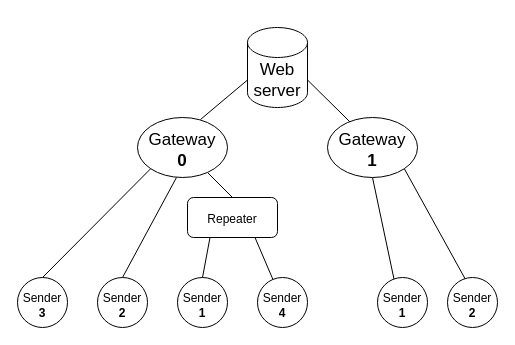
Earlier version of the draw.io diagram uml/network_topology.drawio (giulpig/tesi). Source tidied: cells renumbered, new cells numbered last; positions are measured from the earlier drawing's top-left corner, leaving out a move shared by most shapes. Both pictures are drawn from the tidied source at 100%, with x=0, y=0 at pixel (17, 27).
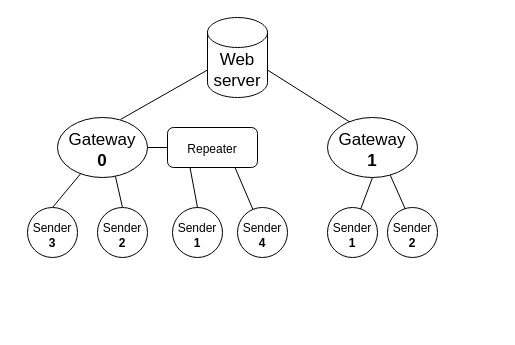
After the change.

Unchanged cells that the change refers to:
```xml
<mxCell id="17" value="&lt;div style=&quot;font-size: 17px;&quot;&gt;&lt;font style=&quot;font-size: 17px;&quot;&gt;Gateway&lt;/font&gt;&lt;/div&gt;&lt;div style=&quot;font-size: 17px;&quot;&gt;&lt;b&gt;1&lt;/b&gt;&lt;br&gt;&lt;/div&gt;" style="ellipse;whiteSpace=wrap;html=1;fontSize=17;spacingTop=5;" parent="1" vertex="1">
  <mxGeometry x="310" y="90" width="90" height="60" as="geometry" />
</mxCell>
```

The edit, as a diff of the source:
```diff
@@
-    <mxCell id="2" style="rounded=0;jettySize=auto;html=1;endArrow=none;endFill=0;entryX=0.5;entryY=0;entryDx=0;entryDy=0;" parent="1" edge="1" source="4" target="20">
+    <mxCell id="2" style="rounded=0;jettySize=auto;html=1;endArrow=none;endFill=0;entryX=0;entryY=0.5;entryDx=0;entryDy=0;" parent="1" edge="1" source="4" target="20">
       <mxGeometry relative="1" as="geometry" />
     </mxCell>
@@
     <mxCell id="4" value="&lt;div style=&quot;font-size: 17px;&quot;&gt;&lt;font style=&quot;font-size: 17px;&quot;&gt;Gateway&lt;/font&gt;&lt;/div&gt;&lt;div style=&quot;font-size: 17px;&quot;&gt;&lt;font style=&quot;font-size: 17px;&quot;&gt;&lt;b&gt;0&lt;br style=&quot;font-size: 17px;&quot;&gt;&lt;/b&gt;&lt;/font&gt;&lt;/div&gt;" style="ellipse;whiteSpace=wrap;html=1;fontSize=17;spacingTop=5;" parent="1" vertex="1">
-      <mxGeometry x="120" y="90" width="90" height="60" as="geometry" />
+      <mxGeometry x="40" y="90" width="90" height="60" as="geometry" />
     </mxCell>
-    <mxCell id="5" style="rounded=0;jettySize=auto;html=1;exitX=0.5;exitY=0;exitDx=0;exitDy=0;entryX=0;entryY=1;entryDx=0;entryDy=0;endArrow=none;endFill=0;" parent="1" edge="1" source="6" target="4">
+    <mxCell id="5" style="rounded=0;jettySize=auto;html=1;exitX=0.5;exitY=0;exitDx=0;exitDy=0;endArrow=none;endFill=0;" parent="1" edge="1" source="6" target="4">
       <mxGeometry relative="1" as="geometry" />
     </mxCell>
     <mxCell id="6" value="&lt;div&gt;Sender&lt;/div&gt;&lt;div&gt;&lt;b&gt;3&lt;/b&gt;&lt;br&gt;&lt;/div&gt;" style="ellipse;whiteSpace=wrap;html=1;strokeColor=default;spacingTop=6;" parent="1" vertex="1">
-      <mxGeometry y="250" width="50" height="50" as="geometry" />
+      <mxGeometry x="10" y="180" width="50" height="50" as="geometry" />
     </mxCell>
-    <mxCell id="7" style="rounded=0;jettySize=auto;html=1;exitX=0.5;exitY=0;exitDx=0;exitDy=0;entryX=0.433;entryY=1;entryDx=0;entryDy=0;entryPerimeter=0;endArrow=none;endFill=0;" parent="1" edge="1" source="8" target="4">
+    <mxCell id="7" style="rounded=0;jettySize=auto;html=1;exitX=0.5;exitY=0;exitDx=0;exitDy=0;entryX=0.644;entryY=0.983;entryDx=0;entryDy=0;entryPerimeter=0;endArrow=none;endFill=0;" parent="1" edge="1" source="8" target="4">
       <mxGeometry relative="1" as="geometry" />
     </mxCell>
     <mxCell id="8" value="Sender &lt;b&gt;2&lt;/b&gt;" style="ellipse;whiteSpace=wrap;html=1;spacingTop=6;" parent="1" vertex="1">
-      <mxGeometry x="80" y="250" width="50" height="50" as="geometry" />
+      <mxGeometry x="80" y="180" width="50" height="50" as="geometry" />
     </mxCell>
     <mxCell id="9" value="Sender &lt;b&gt;4&lt;/b&gt;" style="ellipse;whiteSpace=wrap;html=1;spacingTop=6;" parent="1" vertex="1">
-      <mxGeometry x="240" y="250" width="50" height="50" as="geometry" />
+      <mxGeometry x="220" y="180" width="50" height="50" as="geometry" />
     </mxCell>
     <mxCell id="10" value="&lt;div&gt;Sender &lt;b&gt;1&lt;/b&gt;&lt;/div&gt;" style="ellipse;whiteSpace=wrap;html=1;spacingTop=6;" parent="1" vertex="1">
-      <mxGeometry x="160" y="250" width="50" height="50" as="geometry" />
+      <mxGeometry x="155" y="180" width="50" height="50" as="geometry" />
     </mxCell>
@@
     <mxCell id="14" value="Web server" style="shape=cylinder3;whiteSpace=wrap;html=1;boundedLbl=1;backgroundOutline=1;size=15;fontSize=17;" parent="1" vertex="1">
-      <mxGeometry x="230" width="60" height="80" as="geometry" />
+      <mxGeometry x="190" y="-10" width="60" height="80" as="geometry" />
     </mxCell>
-    <mxCell id="15" style="rounded=0;jettySize=auto;html=1;exitX=0.5;exitY=1;exitDx=0;exitDy=0;entryX=0.34;entryY=0.08;entryDx=0;entryDy=0;entryPerimeter=0;endArrow=none;endFill=0;" parent="1" edge="1" source="17" target="19">
-      <mxGeometry relative="1" as="geometry" />
+    <mxCell id="15" style="rounded=0;jettySize=auto;html=1;exitX=0.5;exitY=1;exitDx=0;exitDy=0;endArrow=none;endFill=0;" parent="1" edge="1" source="17">
+      <mxGeometry relative="1" as="geometry">
+        <mxPoint x="340" y="190" as="targetPoint" />
+      </mxGeometry>
     </mxCell>
-    <mxCell id="16" style="rounded=0;jettySize=auto;html=1;exitX=1;exitY=1;exitDx=0;exitDy=0;entryX=0.36;entryY=0.04;entryDx=0;entryDy=0;entryPerimeter=0;endArrow=none;endFill=0;" parent="1" edge="1" source="17" target="18">
+    <mxCell id="16" style="rounded=0;jettySize=auto;html=1;exitX=0.689;exitY=0.933;exitDx=0;exitDy=0;entryX=0.36;entryY=0.04;entryDx=0;entryDy=0;entryPerimeter=0;endArrow=none;endFill=0;exitPerimeter=0;" parent="1" edge="1" source="17" target="18">
       <mxGeometry relative="1" as="geometry" />
     </mxCell>
@@
     <mxCell id="18" value="&lt;div&gt;Sender &lt;b&gt;2&lt;/b&gt;&lt;br&gt;&lt;/div&gt;" style="ellipse;whiteSpace=wrap;html=1;spacingTop=6;" parent="1" vertex="1">
-      <mxGeometry x="430" y="250" width="50" height="50" as="geometry" />
+      <mxGeometry x="370" y="180" width="50" height="50" as="geometry" />
     </mxCell>
     <mxCell id="19" value="Sender &lt;b&gt;1&lt;/b&gt;" style="ellipse;whiteSpace=wrap;html=1;spacingTop=6;" parent="1" vertex="1">
-      <mxGeometry x="360" y="250" width="50" height="50" as="geometry" />
+      <mxGeometry x="310" y="180" width="50" height="50" as="geometry" />
     </mxCell>
     <mxCell id="20" value="&lt;div&gt;Repeater&lt;/div&gt;" style="rounded=1;whiteSpace=wrap;html=1;spacingTop=3;" parent="1" vertex="1">
-      <mxGeometry x="170" y="170" width="90" height="40" as="geometry" />
+      <mxGeometry x="150" y="100" width="90" height="40" as="geometry" />
     </mxCell>
```
